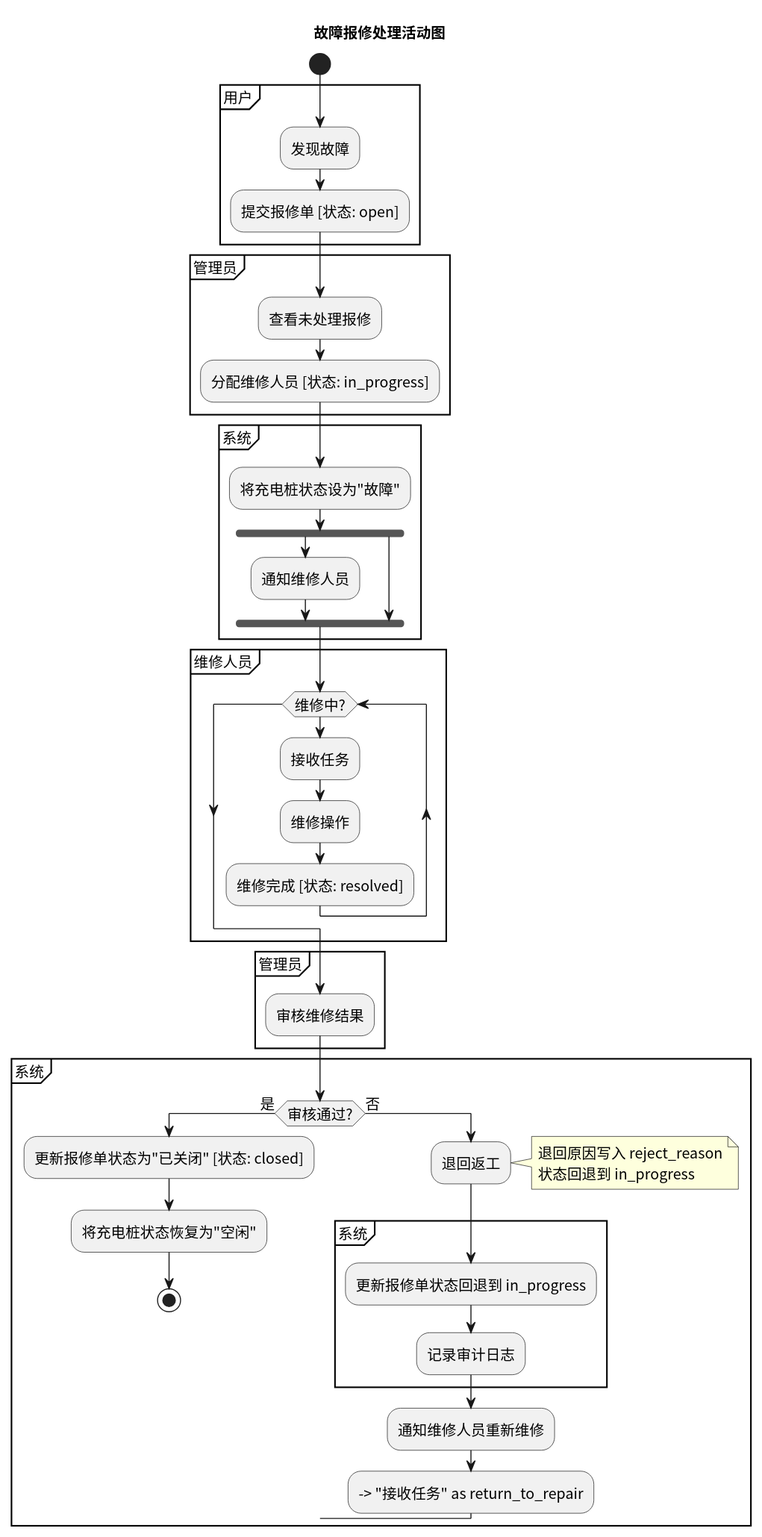
Above: activity/img/activity_repair.svg in greenhandzdl/charging-station-doc (PlantUML), before the change.
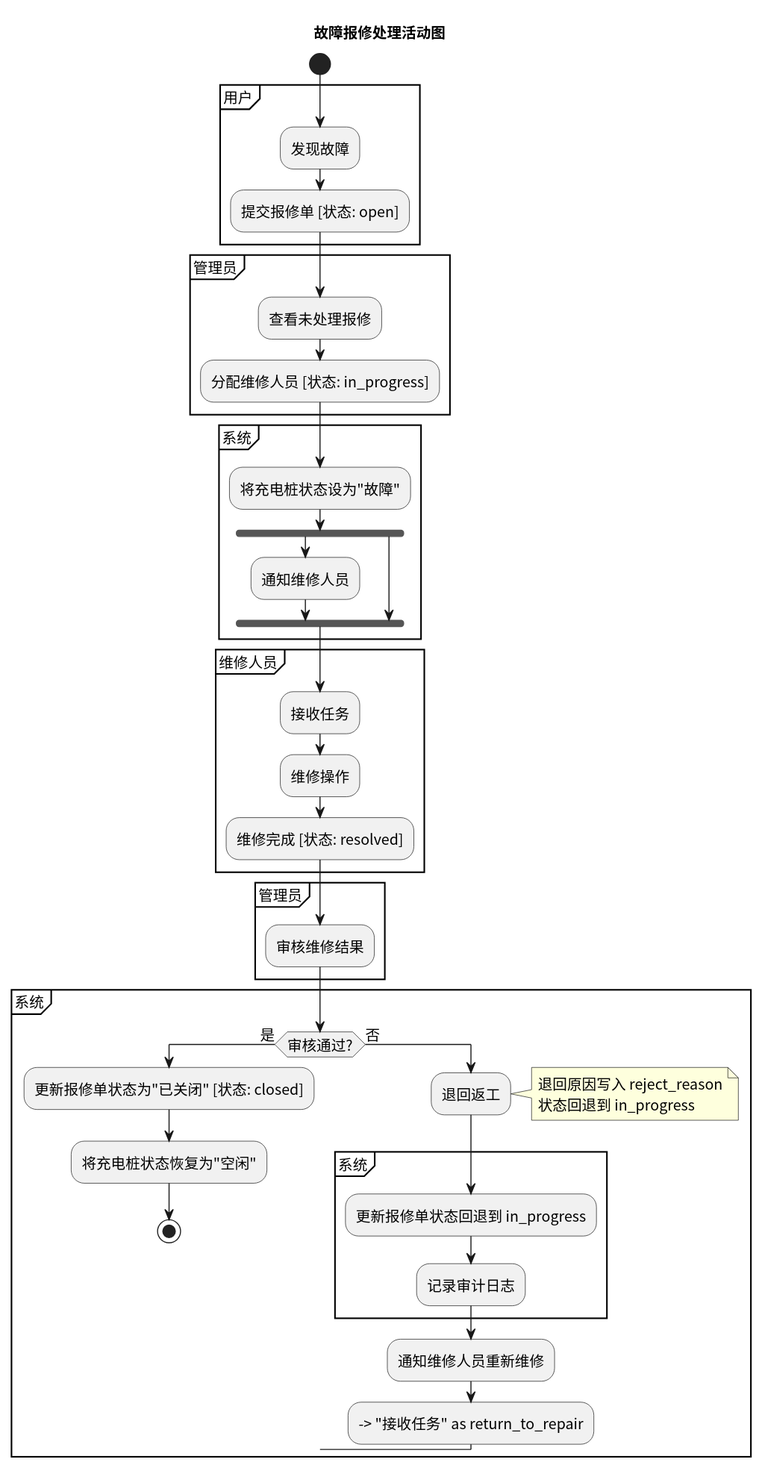
The same file after the commit.

What changed in the source:
```diff
@@ -23,11 +23,9 @@
 }
 
 partition "维修人员" {
-  while (维修中?)
-    :接收任务;
-    :维修操作;
-    :维修完成 [状态: resolved];
-  endwhile
+  :接收任务;
+  :维修操作;
+  :维修完成 [状态: resolved];
 }
 
 partition "管理员" {
```
